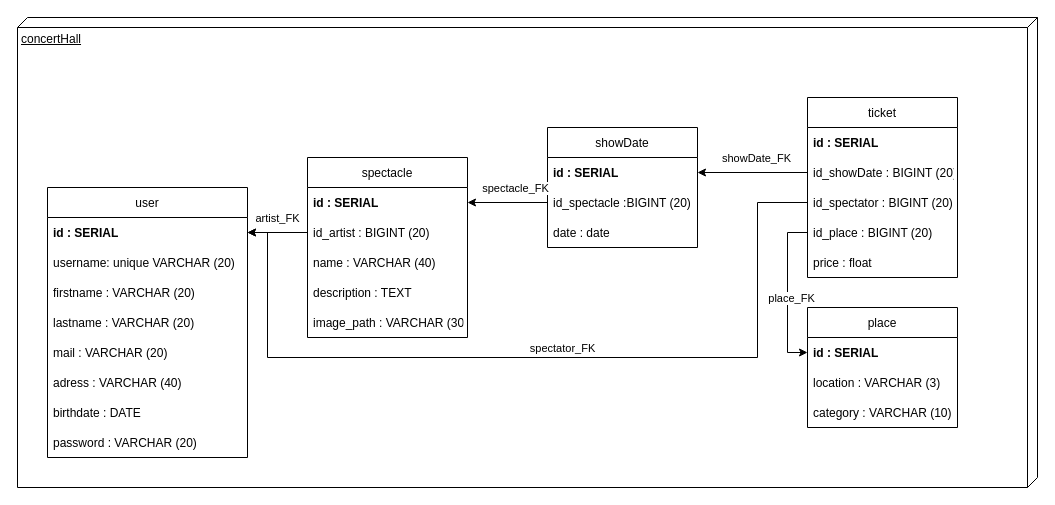
Before: page "DB" (7 of 7) of analyse/analyse.drawio in baptisteRiviere/SpectacleHallManagement, a draw.io diagram. Source tidied: cells renumbered, new cells numbered last; positions are measured from the earlier drawing's top-left corner, leaving out a move shared by most shapes. Both pictures are drawn from the tidied source at 100%, with x=0, y=0 at pixel (17, 17).
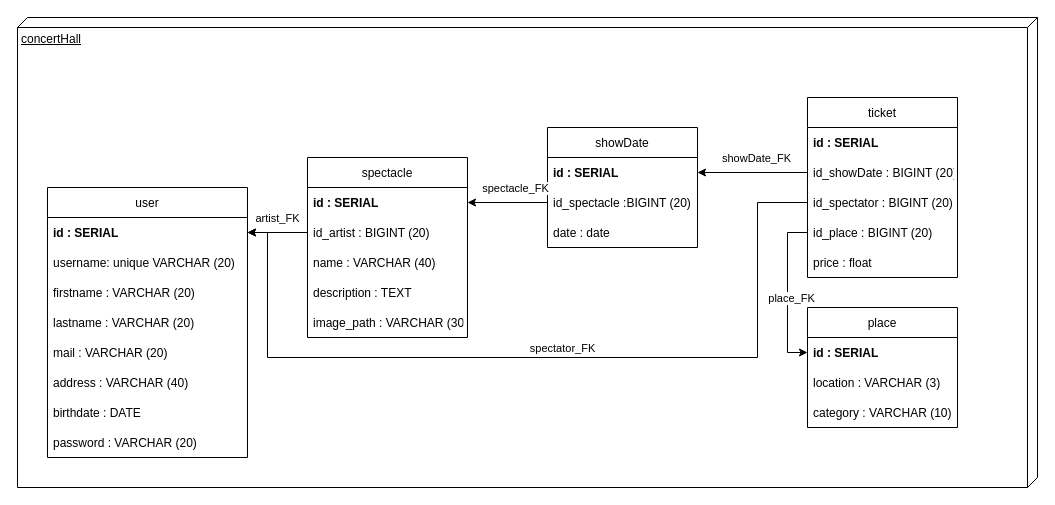
After the change.

Commit message:
Analyse : correction gramm

The change refers to these unchanged cells:
```xml
<mxCell id="3" value="user" style="swimlane;fontStyle=0;horizontal=1;startSize=30;" parent="1" vertex="1">
  <mxGeometry x="30" y="170" width="200" height="270" as="geometry" />
</mxCell>
```

Change to the diagram source:
```diff
@@
-    <mxCell id="9" value="adress : VARCHAR (40)" style="text;strokeColor=none;fillColor=none;align=left;verticalAlign=middle;spacingLeft=4;spacingRight=4;overflow=hidden;" parent="3" vertex="1">
+    <mxCell id="9" value="address : VARCHAR (40)" style="text;strokeColor=none;fillColor=none;align=left;verticalAlign=middle;spacingLeft=4;spacingRight=4;overflow=hidden;" parent="3" vertex="1">
       <mxGeometry y="180" width="200" height="30" as="geometry" />
     </mxCell>
```
